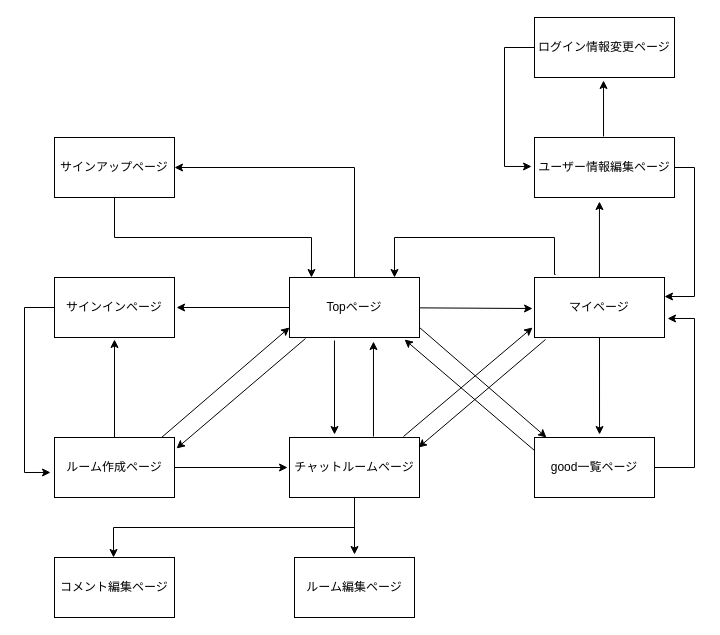
Earlier version of the draw.io diagram bin/画面遷移図.dio (massan7251/breakpoint_app). Source tidied: cells renumbered, new cells numbered last; positions are measured from the earlier drawing's top-left corner, leaving out a move shared by most shapes. Both pictures are drawn from the tidied source at 100%, with x=0, y=0 at pixel (24, 17).
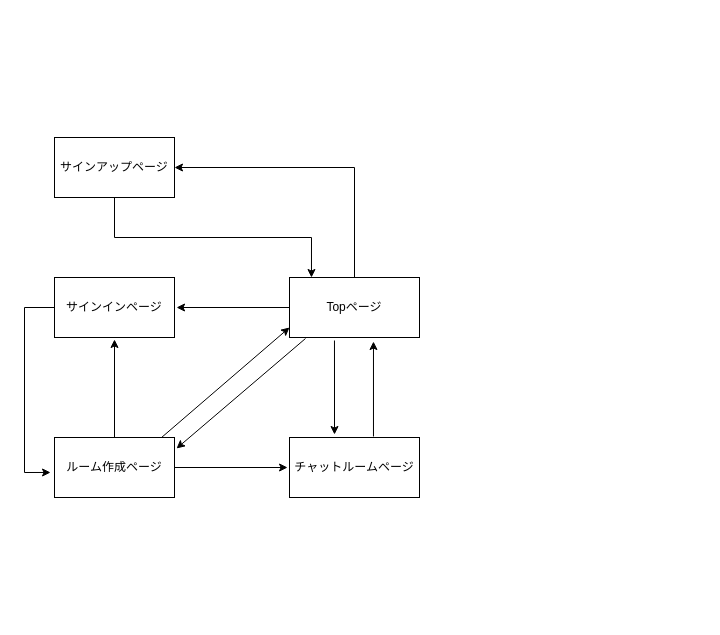
The same page after the edit.

Unchanged cells that the change refers to:
```xml
<mxCell id="8" value="Topページ" style="whiteSpace=wrap;html=1;align=center;newEdgeStyle={&quot;edgeStyle&quot;:&quot;elbowEdgeStyle&quot;,&quot;startArrow&quot;:&quot;none&quot;,&quot;endArrow&quot;:&quot;none&quot;};" parent="1" vertex="1">
  <mxGeometry x="265" y="260" width="130" height="60" as="geometry" />
</mxCell>
<mxCell id="21" value="チャットルームページ" style="whiteSpace=wrap;html=1;align=center;newEdgeStyle={&quot;edgeStyle&quot;:&quot;elbowEdgeStyle&quot;,&quot;startArrow&quot;:&quot;none&quot;,&quot;endArrow&quot;:&quot;none&quot;};" parent="1" vertex="1">
  <mxGeometry x="265" y="420" width="130" height="60" as="geometry" />
</mxCell>
```

Change to the diagram source:
```diff
@@
-    <mxCell id="3" style="edgeStyle=none;rounded=0;jettySize=auto;html=1;entryX=-0.015;entryY=0.517;entryDx=0;entryDy=0;entryPerimeter=0;" parent="1" edge="1" source="8" target="28">
-      <mxGeometry relative="1" as="geometry" />
-    </mxCell>
@@
-    <mxCell id="7" style="rounded=0;jettySize=auto;html=1;entryX=0.1;entryY=0;entryDx=0;entryDy=0;entryPerimeter=0;endArrow=classic;endFill=1;exitX=1;exitY=0.833;exitDx=0;exitDy=0;exitPerimeter=0;" parent="1" edge="1" source="8" target="36">
-      <mxGeometry relative="1" as="geometry" />
-    </mxCell>
@@
-    <mxCell id="17" style="edgeStyle=orthogonalEdgeStyle;rounded=0;jettySize=auto;html=1;entryX=0.492;entryY=0;entryDx=0;entryDy=0;entryPerimeter=0;endArrow=classic;endFill=1;" parent="1" edge="1" source="21" target="23">
-      <mxGeometry relative="1" as="geometry">
-        <Array as="points">
-          <mxPoint x="330" y="510" />
-          <mxPoint x="89" y="510" />
-        </Array>
-      </mxGeometry>
-    </mxCell>
-    <mxCell id="18" style="edgeStyle=orthogonalEdgeStyle;rounded=0;jettySize=auto;html=1;entryX=0.5;entryY=-0.05;entryDx=0;entryDy=0;entryPerimeter=0;endArrow=classic;endFill=1;" parent="1" edge="1" source="21" target="22">
-      <mxGeometry relative="1" as="geometry" />
-    </mxCell>
@@
-    <mxCell id="20" style="edgeStyle=none;rounded=0;jettySize=auto;html=1;entryX=-0.015;entryY=0.833;entryDx=0;entryDy=0;entryPerimeter=0;endArrow=classic;endFill=1;exitX=0.877;exitY=-0.017;exitDx=0;exitDy=0;exitPerimeter=0;" parent="1" edge="1" source="21" target="28">
-      <mxGeometry relative="1" as="geometry" />
-    </mxCell>
@@
-    <mxCell id="22" value="ルーム編集ページ" style="whiteSpace=wrap;html=1;align=center;newEdgeStyle={&quot;edgeStyle&quot;:&quot;elbowEdgeStyle&quot;,&quot;startArrow&quot;:&quot;none&quot;,&quot;endArrow&quot;:&quot;none&quot;};" parent="1" vertex="1">
-      <mxGeometry x="270" y="540" width="120" height="60" as="geometry" />
-    </mxCell>
-    <mxCell id="23" value="コメント編集ページ" style="whiteSpace=wrap;html=1;align=center;newEdgeStyle={&quot;edgeStyle&quot;:&quot;elbowEdgeStyle&quot;,&quot;startArrow&quot;:&quot;none&quot;,&quot;endArrow&quot;:&quot;none&quot;};" parent="1" vertex="1">
-      <mxGeometry x="30" y="540" width="120" height="60" as="geometry" />
-    </mxCell>
-    <mxCell id="24" style="edgeStyle=orthogonalEdgeStyle;rounded=0;jettySize=auto;html=1;entryX=0.464;entryY=1.067;entryDx=0;entryDy=0;entryPerimeter=0;endArrow=classic;endFill=1;" parent="1" edge="1" source="28" target="31">
-      <mxGeometry relative="1" as="geometry" />
-    </mxCell>
-    <mxCell id="25" style="edgeStyle=none;rounded=0;jettySize=auto;html=1;entryX=0.992;entryY=0.167;entryDx=0;entryDy=0;entryPerimeter=0;endArrow=classic;endFill=1;exitX=0.085;exitY=1.033;exitDx=0;exitDy=0;exitPerimeter=0;" parent="1" edge="1" source="28" target="21">
-      <mxGeometry relative="1" as="geometry" />
-    </mxCell>
-    <mxCell id="26" style="edgeStyle=none;rounded=0;jettySize=auto;html=1;entryX=0.542;entryY=-0.05;entryDx=0;entryDy=0;entryPerimeter=0;endArrow=classic;endFill=1;" parent="1" edge="1" source="28" target="36">
-      <mxGeometry relative="1" as="geometry" />
-    </mxCell>
-    <mxCell id="27" style="edgeStyle=orthogonalEdgeStyle;rounded=0;jettySize=auto;html=1;entryX=0.808;entryY=0;entryDx=0;entryDy=0;entryPerimeter=0;endArrow=classic;endFill=1;exitX=0.162;exitY=-0.05;exitDx=0;exitDy=0;exitPerimeter=0;" parent="1" edge="1" source="28" target="8">
-      <mxGeometry relative="1" as="geometry">
-        <Array as="points">
-          <mxPoint x="530" y="257" />
-          <mxPoint x="530" y="220" />
-          <mxPoint x="370" y="220" />
-        </Array>
-      </mxGeometry>
-    </mxCell>
-    <mxCell id="28" value="マイページ" style="whiteSpace=wrap;html=1;align=center;newEdgeStyle={&quot;edgeStyle&quot;:&quot;elbowEdgeStyle&quot;,&quot;startArrow&quot;:&quot;none&quot;,&quot;endArrow&quot;:&quot;none&quot;};" parent="1" vertex="1">
-      <mxGeometry x="510" y="260" width="130" height="60" as="geometry" />
-    </mxCell>
-    <mxCell id="29" style="edgeStyle=orthogonalEdgeStyle;rounded=0;jettySize=auto;html=1;entryX=0.493;entryY=1.05;entryDx=0;entryDy=0;entryPerimeter=0;endArrow=classic;endFill=1;exitX=0.493;exitY=-0.017;exitDx=0;exitDy=0;exitPerimeter=0;" parent="1" edge="1" source="31" target="33">
-      <mxGeometry relative="1" as="geometry" />
-    </mxCell>
-    <mxCell id="30" style="edgeStyle=orthogonalEdgeStyle;rounded=0;jettySize=auto;html=1;entryX=1;entryY=0.317;entryDx=0;entryDy=0;entryPerimeter=0;endArrow=classic;endFill=1;" parent="1" edge="1" source="31" target="28">
-      <mxGeometry relative="1" as="geometry">
-        <Array as="points">
-          <mxPoint x="670" y="150" />
-          <mxPoint x="670" y="279" />
-        </Array>
-      </mxGeometry>
-    </mxCell>
-    <mxCell id="31" value="ユーザー情報編集ページ" style="whiteSpace=wrap;html=1;align=center;newEdgeStyle={&quot;edgeStyle&quot;:&quot;elbowEdgeStyle&quot;,&quot;startArrow&quot;:&quot;none&quot;,&quot;endArrow&quot;:&quot;none&quot;};" parent="1" vertex="1">
-      <mxGeometry x="510" y="120" width="140" height="60" as="geometry" />
-    </mxCell>
-    <mxCell id="32" style="edgeStyle=orthogonalEdgeStyle;rounded=0;jettySize=auto;html=1;entryX=-0.021;entryY=0.483;entryDx=0;entryDy=0;entryPerimeter=0;endArrow=classic;endFill=1;" parent="1" edge="1" source="33" target="31">
-      <mxGeometry relative="1" as="geometry">
-        <Array as="points">
-          <mxPoint x="480" y="30" />
-          <mxPoint x="480" y="149" />
-        </Array>
-      </mxGeometry>
-    </mxCell>
-    <mxCell id="33" value="ログイン情報変更ページ" style="whiteSpace=wrap;html=1;align=center;newEdgeStyle={&quot;edgeStyle&quot;:&quot;elbowEdgeStyle&quot;,&quot;startArrow&quot;:&quot;none&quot;,&quot;endArrow&quot;:&quot;none&quot;};" parent="1" vertex="1">
-      <mxGeometry x="510" width="140" height="60" as="geometry" />
-    </mxCell>
-    <mxCell id="34" style="edgeStyle=orthogonalEdgeStyle;rounded=0;jettySize=auto;html=1;entryX=1.023;entryY=0.683;entryDx=0;entryDy=0;entryPerimeter=0;endArrow=classic;endFill=1;" parent="1" edge="1" source="36" target="28">
-      <mxGeometry relative="1" as="geometry">
-        <Array as="points">
-          <mxPoint x="670" y="450" />
-          <mxPoint x="670" y="301" />
-        </Array>
-      </mxGeometry>
-    </mxCell>
-    <mxCell id="35" style="edgeStyle=none;rounded=0;jettySize=auto;html=1;entryX=0.885;entryY=1.033;entryDx=0;entryDy=0;entryPerimeter=0;endArrow=classic;endFill=1;exitX=0;exitY=0.217;exitDx=0;exitDy=0;exitPerimeter=0;" parent="1" edge="1" source="36" target="8">
-      <mxGeometry relative="1" as="geometry" />
-    </mxCell>
-    <mxCell id="36" value="good一覧ページ" style="whiteSpace=wrap;html=1;align=center;newEdgeStyle={&quot;edgeStyle&quot;:&quot;elbowEdgeStyle&quot;,&quot;startArrow&quot;:&quot;none&quot;,&quot;endArrow&quot;:&quot;none&quot;};" parent="1" vertex="1">
-      <mxGeometry x="510" y="420" width="120" height="60" as="geometry" />
-    </mxCell>
```
